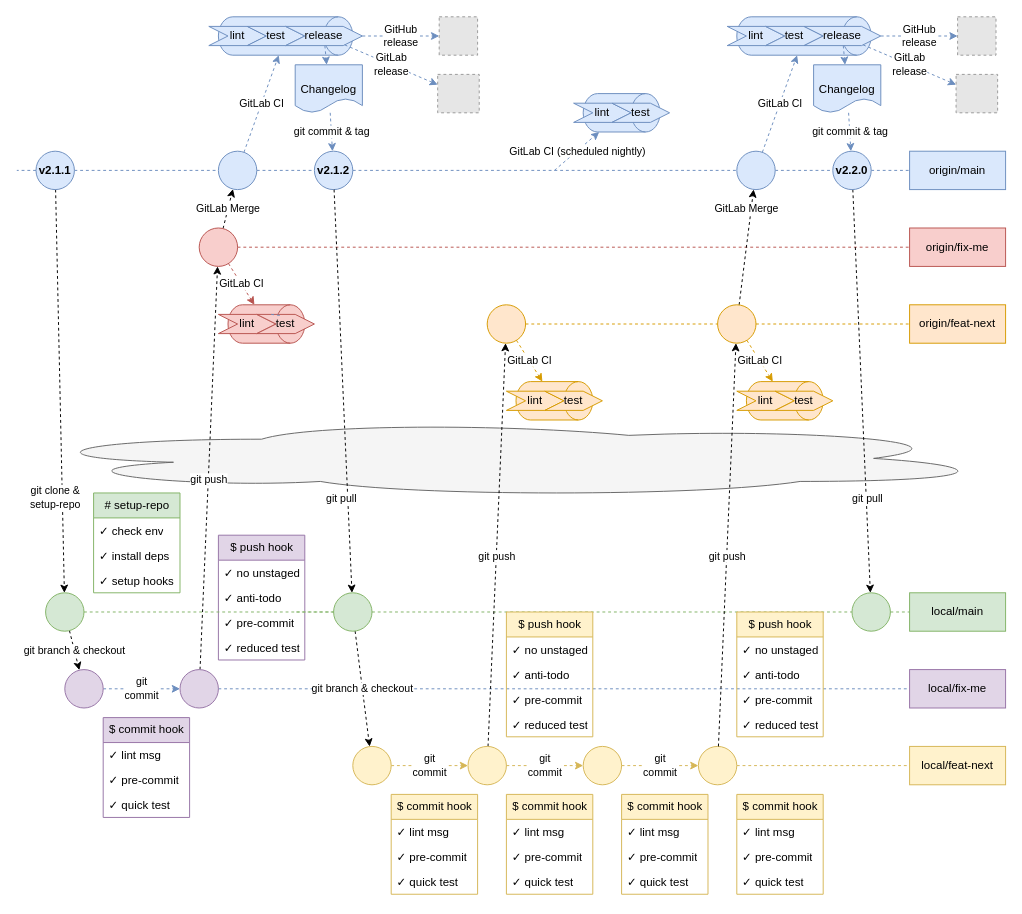
old-xebis/repository-template keeps this draw.io diagram as page "full" (5 of 5) of images/workflow.drawio. Above is the earlier version. Source tidied: cells renumbered, new cells numbered last; positions are measured from the earlier drawing's top-left corner, leaving out a move shared by most shapes. Both pictures are drawn from the tidied source at 96%, with x=0, y=0 at pixel (16, -32). Pictures stored in the file or linked from it are replaced by grey dashed boxes.
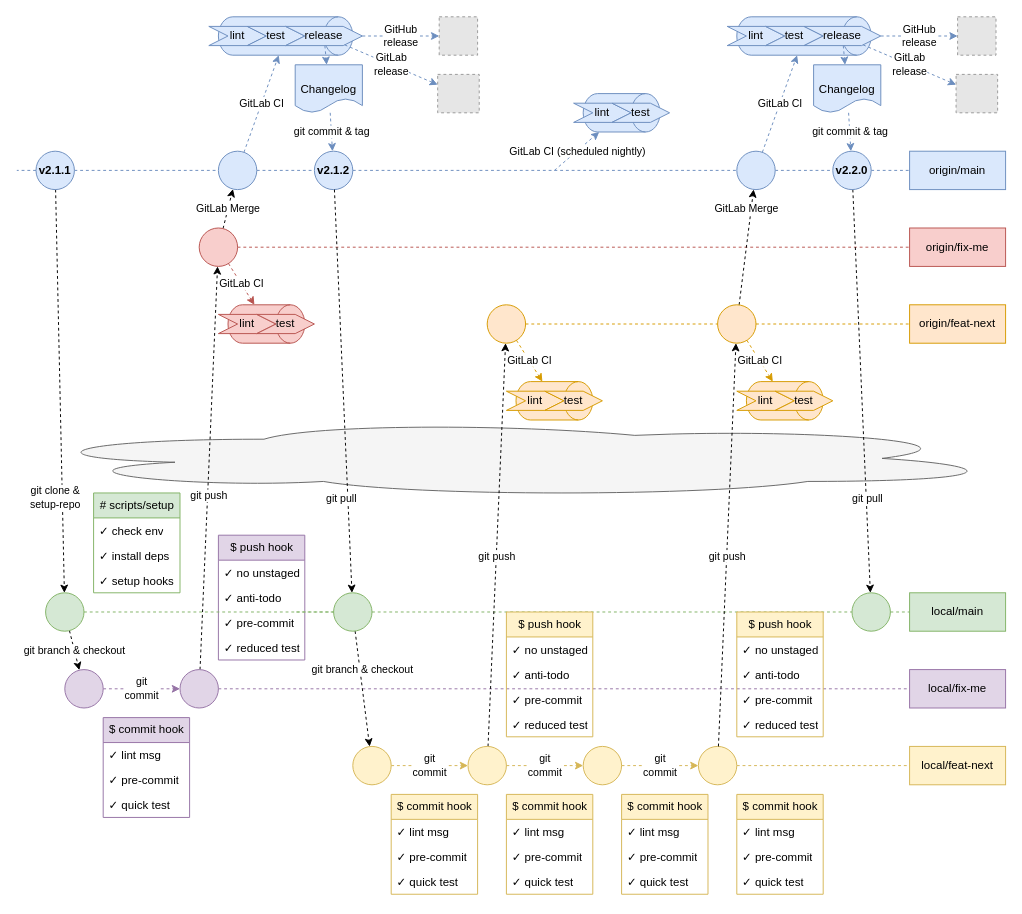
The same diagram, later.

Commit message (it also covers changes not shown here):
docs: adjust images to match scripts naming

The change refers to these unchanged cells:
```xml
<mxCell id="11" style="ellipse;whiteSpace=wrap;html=1;fillColor=#e1d5e7;strokeColor=#9673a6;verticalAlign=middle;labelPosition=center;verticalLabelPosition=middle;align=center;fontStyle=1;rounded=0;" parent="1" vertex="1">
  <mxGeometry x="50" y="730" width="40" height="40" as="geometry" />
</mxCell>
<mxCell id="14" style="ellipse;whiteSpace=wrap;html=1;fillColor=#e1d5e7;strokeColor=#9673a6;verticalAlign=middle;labelPosition=center;verticalLabelPosition=middle;align=center;fontStyle=1;rounded=0;" parent="1" vertex="1">
  <mxGeometry x="170" y="730" width="40" height="40" as="geometry" />
</mxCell>
<mxCell id="21" style="ellipse;whiteSpace=wrap;html=1;fillColor=#f8cecc;strokeColor=#b85450;verticalAlign=middle;labelPosition=center;verticalLabelPosition=middle;align=center;fontStyle=1;rounded=0;" parent="1" vertex="1">
  <mxGeometry x="190" y="270" width="40" height="40" as="geometry" />
</mxCell>
<mxCell id="22" value="local/fix-me" style="whiteSpace=wrap;html=1;fontStyle=0;strokeColor=#9673a6;fillColor=#e1d5e7;rounded=0;" parent="1" vertex="1">
  <mxGeometry x="930" y="730" width="100" height="40" as="geometry" />
</mxCell>
<mxCell id="45" value="v2.1.2" style="ellipse;whiteSpace=wrap;html=1;fillColor=#dae8fc;strokeColor=#6c8ebf;verticalAlign=middle;labelPosition=center;verticalLabelPosition=middle;align=center;fontStyle=1;rounded=0;" parent="1" vertex="1">
  <mxGeometry x="310" y="190" width="40" height="40" as="geometry" />
</mxCell>
<mxCell id="50" style="group;rounded=0;" parent="49" vertex="1">
  <mxGeometry x="20" width="100" height="40" as="geometry" />
</mxCell>
<mxCell id="53" value="test" style="shape=step;perimeter=stepPerimeter;whiteSpace=wrap;html=1;fixedSize=1;verticalAlign=middle;fillColor=#f8cecc;strokeColor=#b85450;rounded=0;" parent="50" vertex="1">
  <mxGeometry x="40" y="10" width="60" height="20" as="geometry" />
</mxCell>
<mxCell id="63" style="ellipse;whiteSpace=wrap;html=1;fillColor=#fff2cc;strokeColor=#d6b656;verticalAlign=middle;labelPosition=center;verticalLabelPosition=middle;align=center;fontStyle=1;rounded=0;" parent="1" vertex="1">
  <mxGeometry x="350" y="810" width="40" height="40" as="geometry" />
</mxCell>
<mxCell id="144" style="ellipse;whiteSpace=wrap;html=1;fillColor=#d5e8d4;strokeColor=#82b366;verticalAlign=middle;labelPosition=center;verticalLabelPosition=middle;align=center;fontStyle=1;rounded=0;" parent="1" vertex="1">
  <mxGeometry x="330" y="650" width="40" height="40" as="geometry" />
</mxCell>
```

Diff of the diagram source:
```diff
@@
     <mxCell id="2" style="ellipse;shape=cloud;whiteSpace=wrap;html=1;fillColor=#f5f5f5;fontColor=#333333;strokeColor=#666666;rounded=0;" parent="1" vertex="1">
-      <mxGeometry y="470" width="1020" height="80" as="geometry" />
+      <mxGeometry y="470" width="1030" height="80" as="geometry" />
     </mxCell>
@@
-    <mxCell id="10" value="git &lt;br&gt;commit" style="edgeStyle=none;jettySize=auto;html=1;dashed=1;endArrow=classic;endFill=1;strokeColor=#6c8ebf;fillColor=#dae8fc;rounded=0;" parent="1" edge="1" source="11" target="14">
+    <mxCell id="10" value="git &lt;br&gt;commit" style="edgeStyle=none;jettySize=auto;html=1;dashed=1;endArrow=classic;endFill=1;strokeColor=#9673a6;fillColor=#e1d5e7;rounded=0;" parent="1" edge="1" source="11" target="14">
       <mxGeometry relative="1" as="geometry" />
     </mxCell>
@@
     <mxCell id="12" value="git push" style="edgeStyle=none;jettySize=auto;html=1;dashed=1;endArrow=classic;endFill=1;rounded=0;" parent="1" edge="1" source="14" target="21">
-      <mxGeometry x="-0.06" y="-1" relative="1" as="geometry" />
+      <mxGeometry x="-0.14" y="-1" relative="1" as="geometry" />
     </mxCell>
-    <mxCell id="13" style="edgeStyle=none;jettySize=auto;html=1;dashed=1;endArrow=none;endFill=0;strokeColor=#6c8ebf;fillColor=#dae8fc;rounded=0;" parent="1" edge="1" source="14" target="22">
+    <mxCell id="13" style="edgeStyle=none;jettySize=auto;html=1;dashed=1;endArrow=none;endFill=0;strokeColor=#9673a6;fillColor=#e1d5e7;rounded=0;" parent="1" edge="1" source="14" target="22">
       <mxGeometry relative="1" as="geometry" />
     </mxCell>
@@
-    <mxCell id="15" value="# setup-repo" style="swimlane;fontStyle=0;horizontal=1;startSize=26;fillColor=#d5e8d4;strokeColor=#82b366;html=1;rounded=0;" parent="1" vertex="1">
+    <mxCell id="15" value="# scripts/setup" style="swimlane;fontStyle=0;horizontal=1;startSize=26;fillColor=#d5e8d4;strokeColor=#82b366;html=1;rounded=0;" parent="1" vertex="1">
       <mxGeometry x="80" y="546" width="90" height="104" as="geometry" />
     </mxCell>
@@
-    <mxCell id="54" style="edgeStyle=none;orthogonalLoop=1;jettySize=auto;html=1;exitX=0.25;exitY=0;exitDx=0;exitDy=0;entryX=0.444;entryY=0.067;entryDx=0;entryDy=0;entryPerimeter=0;dashed=1;endArrow=none;endFill=0;strokeColor=#6c8ebf;fillColor=#dae8fc;rounded=0;" parent="50" edge="1" source="53" target="53">
-      <mxGeometry relative="1" as="geometry" />
-    </mxCell>
@@
-    <mxCell id="57" value="git pull" style="edgeStyle=none;jettySize=auto;html=1;dashed=1;endArrow=classic;endFill=1;rounded=0;" parent="1" edge="1" target="144">
-      <mxGeometry x="0.53" y="-7" relative="1" as="geometry">
-        <mxPoint x="330.5" y="230" as="sourcePoint" />
-      </mxGeometry>
+    <mxCell id="57" value="git pull" style="edgeStyle=none;jettySize=auto;html=1;dashed=1;endArrow=classic;endFill=1;rounded=0;" parent="1" edge="1" source="45" target="144">
+      <mxGeometry x="0.53" y="-7" relative="1" as="geometry" />
     </mxCell>
     <mxCell id="58" value="git branch &amp;amp; checkout" style="edgeStyle=none;jettySize=auto;html=1;dashed=1;endArrow=classic;endFill=1;rounded=0;" parent="1" edge="1" source="144" target="63">
-      <mxGeometry relative="1" as="geometry" />
+      <mxGeometry x="-0.33" y="3" relative="1" as="geometry" />
     </mxCell>
```
